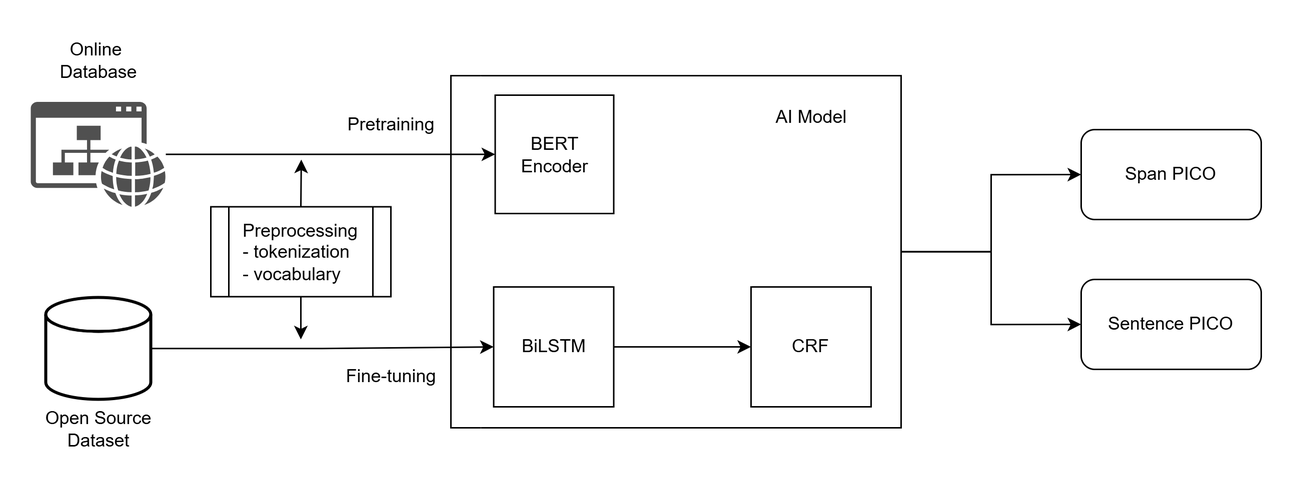
Above: assets/images/pico.png in Whathemelon2025/whathemelon2025.github.io (draw.io), before the change. Source tidied: cells renumbered, new cells last; positions are measured from the earlier drawing's top-left corner, leaving out a move shared by most shapes. Source of this version:
```xml
<mxGraphModel>
  <root>
    <mxCell id="0" />
    <mxCell id="1" parent="0" />
    <mxCell id="2" style="edgeStyle=orthogonalEdgeStyle;rounded=0;jettySize=auto;html=1;entryX=0;entryY=0.5;entryDx=0;entryDy=0;" parent="1" edge="1" source="3" target="10">
      <mxGeometry relative="1" as="geometry" />
    </mxCell>
    <mxCell id="3" style="sketch=0;shadow=0;dashed=0;html=1;strokeColor=none;fillColor=#505050;labelPosition=center;verticalLabelPosition=bottom;verticalAlign=top;outlineConnect=0;align=center;shape=mxgraph.office.concepts.website;fontSize=12;" parent="1" vertex="1">
      <mxGeometry y="47.5" width="90" height="70" as="geometry" />
    </mxCell>
    <mxCell id="4" style="edgeStyle=orthogonalEdgeStyle;rounded=0;jettySize=auto;html=1;exitX=0.5;exitY=0;exitDx=0;exitDy=0;" parent="1" edge="1" source="6">
      <mxGeometry relative="1" as="geometry">
        <mxPoint x="180.3" y="86" as="targetPoint" />
      </mxGeometry>
    </mxCell>
    <mxCell id="5" style="edgeStyle=orthogonalEdgeStyle;rounded=0;jettySize=auto;html=1;exitX=0.5;exitY=1;exitDx=0;exitDy=0;" parent="1" edge="1" source="6">
      <mxGeometry relative="1" as="geometry">
        <mxPoint x="180" y="206" as="targetPoint" />
      </mxGeometry>
    </mxCell>
    <mxCell id="6" value="Preprocessing&lt;div style=&quot;text-align: left;&quot;&gt;- tokenization&lt;/div&gt;&lt;div style=&quot;text-align: left;&quot;&gt;- vocabulary&lt;/div&gt;" style="shape=process;whiteSpace=wrap;html=1;backgroundOutline=1;fontSize=12;" parent="1" vertex="1">
      <mxGeometry x="120" y="117.5" width="120" height="60" as="geometry" />
    </mxCell>
    <mxCell id="7" style="edgeStyle=orthogonalEdgeStyle;rounded=0;jettySize=auto;html=1;exitX=1;exitY=0.5;exitDx=0;exitDy=0;entryX=0;entryY=0.5;entryDx=0;entryDy=0;" parent="1" edge="1" source="9" target="16">
      <mxGeometry relative="1" as="geometry" />
    </mxCell>
    <mxCell id="8" style="edgeStyle=orthogonalEdgeStyle;rounded=0;jettySize=auto;html=1;exitX=1;exitY=0.5;exitDx=0;exitDy=0;entryX=0;entryY=0.5;entryDx=0;entryDy=0;" parent="1" edge="1" source="9" target="15">
      <mxGeometry relative="1" as="geometry" />
    </mxCell>
    <mxCell id="9" style="swimlane;html=1;startSize=20;fontStyle=0;horizontal=0;swimlaneLine=0;fillColor=none;whiteSpace=wrap;fontSize=12;" parent="1" vertex="1">
      <mxGeometry x="280" y="30" width="300" height="235" as="geometry" />
    </mxCell>
    <mxCell id="10" value="BERT Encoder" style="whiteSpace=wrap;html=1;fontSize=12;" parent="9" vertex="1">
      <mxGeometry x="29.5" y="13" width="79" height="79" as="geometry" />
    </mxCell>
    <mxCell id="11" style="edgeStyle=orthogonalEdgeStyle;rounded=0;jettySize=auto;html=1;fontSize=12;" parent="9" edge="1" source="12" target="13">
      <mxGeometry relative="1" as="geometry" />
    </mxCell>
    <mxCell id="12" value="BiLSTM" style="whiteSpace=wrap;html=1;fontSize=12;" parent="9" vertex="1">
      <mxGeometry x="28.5" y="141" width="80" height="80" as="geometry" />
    </mxCell>
    <mxCell id="13" value="CRF" style="whiteSpace=wrap;html=1;fontSize=12;" parent="9" vertex="1">
      <mxGeometry x="200" y="141" width="80" height="80" as="geometry" />
    </mxCell>
    <mxCell id="14" value="AI Model" style="text;html=1;align=center;verticalAlign=middle;strokeColor=none;fillColor=none;" parent="9" vertex="1">
      <mxGeometry x="205" y="13" width="70" height="30" as="geometry" />
    </mxCell>
    <mxCell id="15" value="Sentence PICO" style="rounded=1;whiteSpace=wrap;html=1;fillColor=none;fontStyle=0;startSize=20;fontSize=12;" parent="1" vertex="1">
      <mxGeometry x="700" y="166" width="120" height="60" as="geometry" />
    </mxCell>
    <mxCell id="16" value="Span PICO" style="rounded=1;whiteSpace=wrap;html=1;fillColor=none;fontStyle=0;startSize=20;fontSize=12;" parent="1" vertex="1">
      <mxGeometry x="700" y="66" width="120" height="60" as="geometry" />
    </mxCell>
    <mxCell id="17" value="Pretraining" style="text;html=1;align=center;verticalAlign=middle;strokeColor=none;fillColor=none;fontSize=12;" parent="1" vertex="1">
      <mxGeometry x="200" y="47.5" width="80" height="30" as="geometry" />
    </mxCell>
    <mxCell id="18" value="Fine-tuning" style="text;html=1;align=center;verticalAlign=middle;strokeColor=none;fillColor=none;fontSize=12;" parent="1" vertex="1">
      <mxGeometry x="200" y="216" width="80" height="30" as="geometry" />
    </mxCell>
    <mxCell id="19" value="Open Source&lt;div&gt;&lt;span style=&quot;background-color: transparent; color: light-dark(rgb(0, 0, 0), rgb(255, 255, 255));&quot;&gt;Dataset&lt;/span&gt;&lt;/div&gt;" style="text;html=1;align=center;verticalAlign=middle;strokeColor=none;fillColor=none;fontSize=12;" parent="1" vertex="1">
      <mxGeometry y="246" width="90" height="40" as="geometry" />
    </mxCell>
    <mxCell id="20" value="Online&amp;nbsp;&lt;div&gt;Database&lt;/div&gt;" style="text;html=1;align=center;verticalAlign=middle;strokeColor=none;fillColor=none;fontSize=12;" parent="1" vertex="1">
      <mxGeometry x="10" width="70" height="40" as="geometry" />
    </mxCell>
    <mxCell id="21" style="edgeStyle=orthogonalEdgeStyle;rounded=0;jettySize=auto;html=1;entryX=0;entryY=0.5;entryDx=0;entryDy=0;" parent="1" edge="1" source="22" target="12">
      <mxGeometry relative="1" as="geometry" />
    </mxCell>
    <mxCell id="22" style="strokeWidth=2;html=1;shape=mxgraph.flowchart.database;whiteSpace=wrap;fontSize=12;" parent="1" vertex="1">
      <mxGeometry x="10" y="178" width="70" height="68" as="geometry" />
    </mxCell>
  </root>
</mxGraphModel>
```
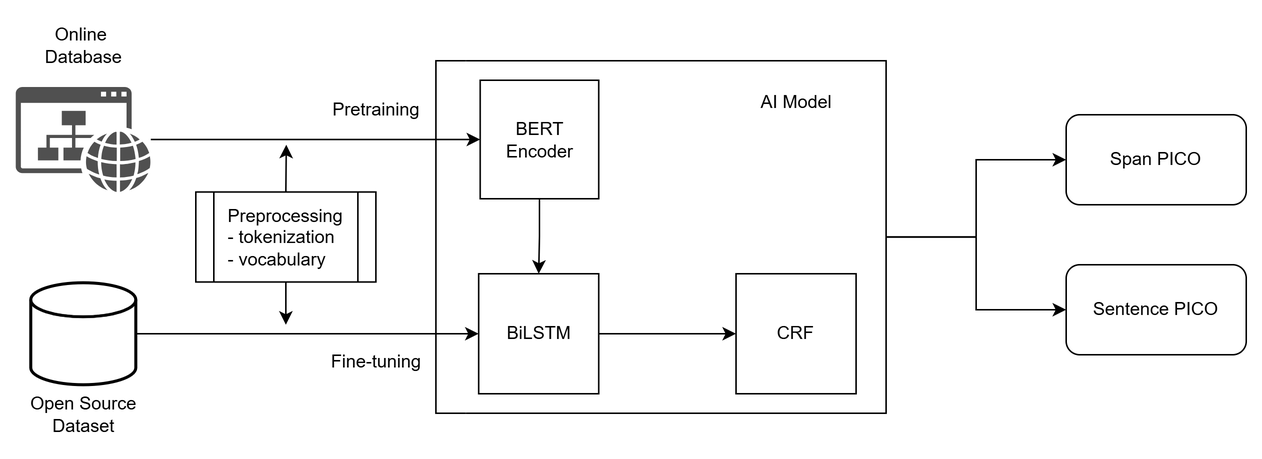
After the commit.

The edit, as a diff of the source:
```diff
@@ -30,6 +30,9 @@
     <mxCell id="9" style="swimlane;html=1;startSize=20;fontStyle=0;horizontal=0;swimlaneLine=0;fillColor=none;whiteSpace=wrap;fontSize=12;" parent="1" vertex="1">
       <mxGeometry x="280" y="30" width="300" height="235" as="geometry" />
     </mxCell>
+    <mxCell id="23" style="edgeStyle=orthogonalEdgeStyle;rounded=0;jettySize=auto;html=1;" parent="9" edge="1" source="10" target="12">
+      <mxGeometry relative="1" as="geometry" />
+    </mxCell>
     <mxCell id="10" value="BERT Encoder" style="whiteSpace=wrap;html=1;fontSize=12;" parent="9" vertex="1">
       <mxGeometry x="29.5" y="13" width="79" height="79" as="geometry" />
     </mxCell>
@@ -37,10 +40,10 @@
       <mxGeometry relative="1" as="geometry" />
     </mxCell>
     <mxCell id="12" value="BiLSTM" style="whiteSpace=wrap;html=1;fontSize=12;" parent="9" vertex="1">
-      <mxGeometry x="28.5" y="141" width="80" height="80" as="geometry" />
+      <mxGeometry x="28.5" y="142" width="80" height="80" as="geometry" />
     </mxCell>
     <mxCell id="13" value="CRF" style="whiteSpace=wrap;html=1;fontSize=12;" parent="9" vertex="1">
-      <mxGeometry x="200" y="141" width="80" height="80" as="geometry" />
+      <mxGeometry x="200" y="142" width="80" height="80" as="geometry" />
     </mxCell>
     <mxCell id="14" value="AI Model" style="text;html=1;align=center;verticalAlign=middle;strokeColor=none;fillColor=none;" parent="9" vertex="1">
       <mxGeometry x="205" y="13" width="70" height="30" as="geometry" />
@@ -63,7 +66,7 @@
     <mxCell id="20" value="Online&amp;nbsp;&lt;div&gt;Database&lt;/div&gt;" style="text;html=1;align=center;verticalAlign=middle;strokeColor=none;fillColor=none;fontSize=12;" parent="1" vertex="1">
       <mxGeometry x="10" width="70" height="40" as="geometry" />
     </mxCell>
-    <mxCell id="21" style="edgeStyle=orthogonalEdgeStyle;rounded=0;jettySize=auto;html=1;entryX=0;entryY=0.5;entryDx=0;entryDy=0;" parent="1" edge="1" source="22" target="12">
+    <mxCell id="21" style="edgeStyle=orthogonalEdgeStyle;rounded=0;jettySize=auto;html=1;exitX=1;exitY=0.5;exitDx=0;exitDy=0;exitPerimeter=0;entryX=0;entryY=0.5;entryDx=0;entryDy=0;" parent="1" edge="1" source="22" target="12">
       <mxGeometry relative="1" as="geometry" />
     </mxCell>
     <mxCell id="22" style="strokeWidth=2;html=1;shape=mxgraph.flowchart.database;whiteSpace=wrap;fontSize=12;" parent="1" vertex="1">
```
